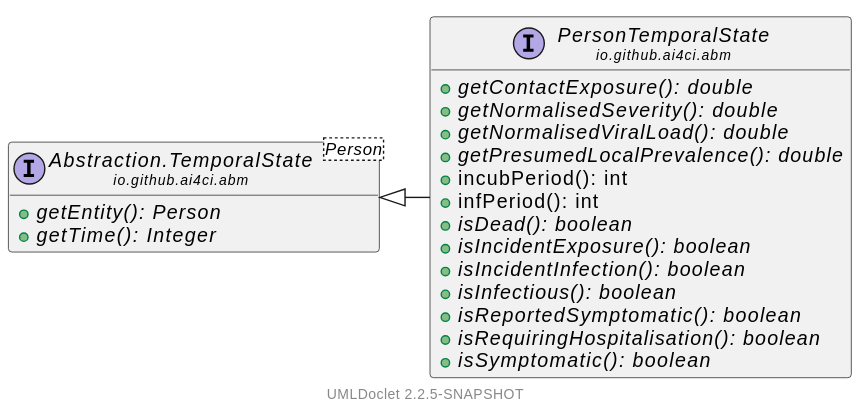
Before: jpansim2-core/apidocs/io/github/ai4ci/abm/PersonTemporalState.svg, a diagram exported from PlantUML (ai4ci/jpansim2).
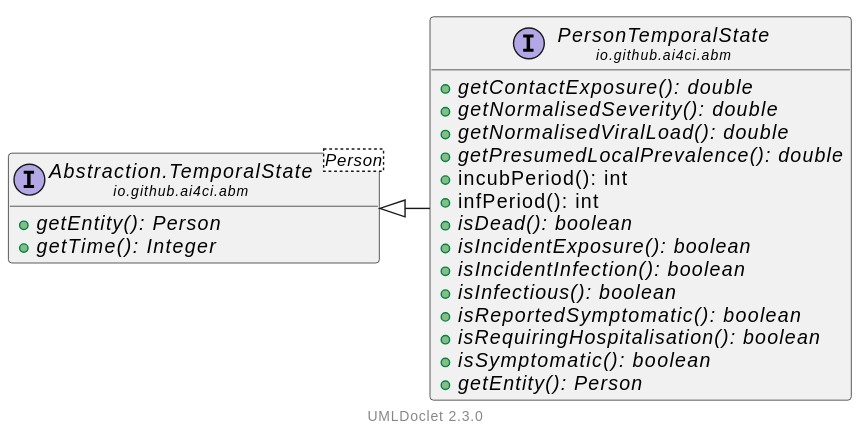
The same file after the commit.

Diff of the diagram source:
```diff
@@ -1,41 +1,42 @@
 @startuml
 
 
-    !pragma layout smetana
-    left to right direction
+	!pragma layout smetana
+	left to right direction
 
-    set namespaceSeparator none
-    hide empty fields
-    hide empty methods
+	set namespaceSeparator none
+	hide empty fields
+	hide empty methods
 
-    interface "<size:14>PersonTemporalState\n<size:10>io.github.ai4ci.abm" as io.github.ai4ci.abm.PersonTemporalState [[PersonTemporalState.html]] {
-        {abstract} +getContactExposure(): double
-        {abstract} +getNormalisedSeverity(): double
-        {abstract} +getNormalisedViralLoad(): double
-        {abstract} +getPresumedLocalPrevalence(): double
-        +incubPeriod(): int
-        +infPeriod(): int
-        {abstract} +isDead(): boolean
-        {abstract} +isIncidentExposure(): boolean
-        {abstract} +isIncidentInfection(): boolean
-        {abstract} +isInfectious(): boolean
-        {abstract} +isReportedSymptomatic(): boolean
-        {abstract} +isRequiringHospitalisation(): boolean
-        {abstract} +isSymptomatic(): boolean
-    }
+	interface "<size:14>PersonTemporalState\n<size:10>io.github.ai4ci.abm" as io.github.ai4ci.abm.PersonTemporalState [[PersonTemporalState.html]] {
+		{abstract} +getContactExposure(): double
+		{abstract} +getNormalisedSeverity(): double
+		{abstract} +getNormalisedViralLoad(): double
+		{abstract} +getPresumedLocalPrevalence(): double
+		+incubPeriod(): int
+		+infPeriod(): int
+		{abstract} +isDead(): boolean
+		{abstract} +isIncidentExposure(): boolean
+		{abstract} +isIncidentInfection(): boolean
+		{abstract} +isInfectious(): boolean
+		{abstract} +isReportedSymptomatic(): boolean
+		{abstract} +isRequiringHospitalisation(): boolean
+		{abstract} +isSymptomatic(): boolean
+		{abstract} +getEntity(): Person
+	}
 
-    interface "<size:14>Abstraction.TemporalState\n<size:10>io.github.ai4ci.abm" as io.github.ai4ci.abm.Abstraction.TemporalState<Person> [[Abstraction.TemporalState.html]] {
-        {abstract} +getEntity(): Person
-        {abstract} +getTime(): Integer
-    }
+	interface "<size:14>Abstraction.TemporalState\n<size:10>io.github.ai4ci.abm" as io.github.ai4ci.abm.Abstraction.TemporalState<Person> [[Abstraction.TemporalState.html]] {
+		{abstract} +getEntity(): Person
+		{abstract} +getTime(): Integer
+	}
 
-    io.github.ai4ci.abm.Abstraction.TemporalState <|-- io.github.ai4ci.abm.PersonTemporalState
+	io.github.ai4ci.abm.Abstraction.TemporalState <|-- io.github.ai4ci.abm.PersonTemporalState
 
-    <style>
-        footer {
-            HyperLinkColor #8
-            HyperLinkUnderlineThickness 0
-        }
-    </style>
-    footer \n[[https://github.com/talsma-ict/umldoclet UMLDoclet 2.2.5-SNAPSHOT]]
+	<style>
+		footer {
+			HyperLinkColor #8
+			HyperLinkUnderlineThickness 0
+		}
+	</style>
+	footer \n[[https://github.com/talsma-ict/umldoclet UMLDoclet 2.3.0]]
 @enduml
```
